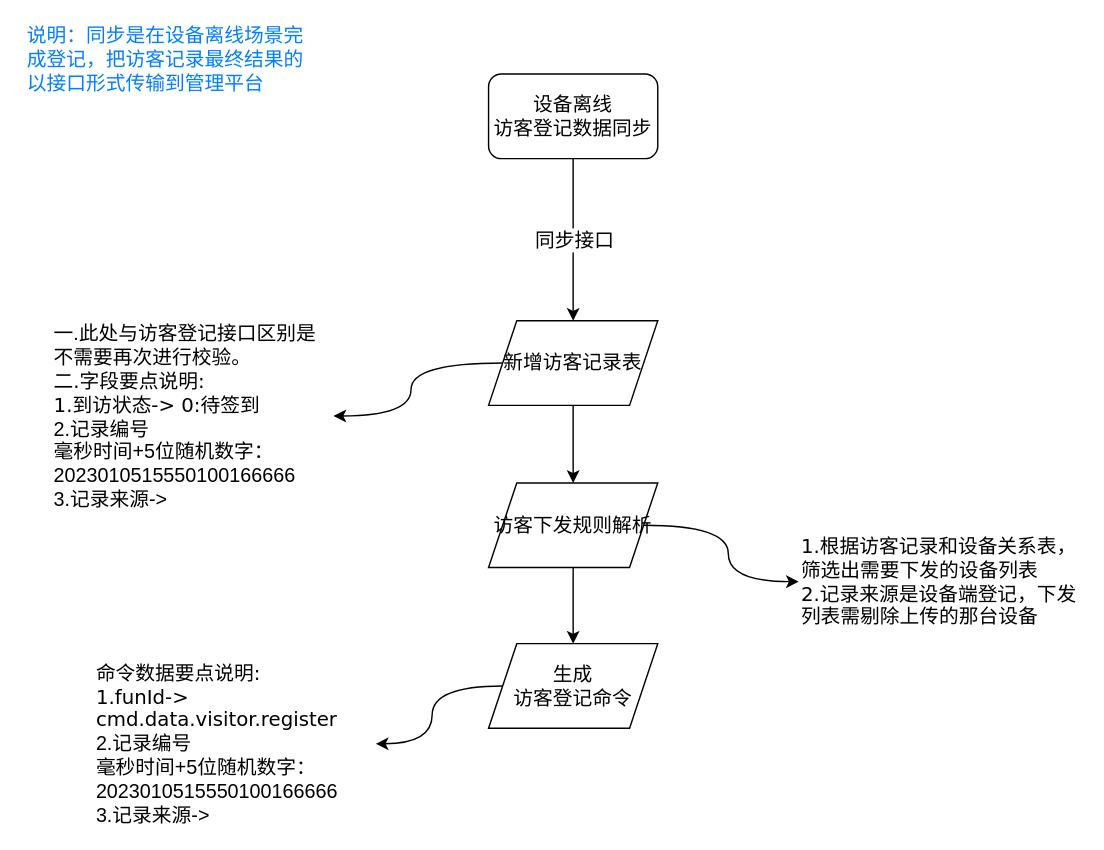
This is page "设备离线登记接口细化" (8 of 11) of 访客功能-线下平台和设备交互流程.drawio from chwnjianhui/draw.io, a draw.io file, before an edit. Source tidied: cells renumbered, new cells numbered last; positions are measured from the earlier drawing's top-left corner, leaving out a move shared by most shapes. Both pictures are drawn from the tidied source at 141%, with x=0, y=0 at pixel (24, 31).
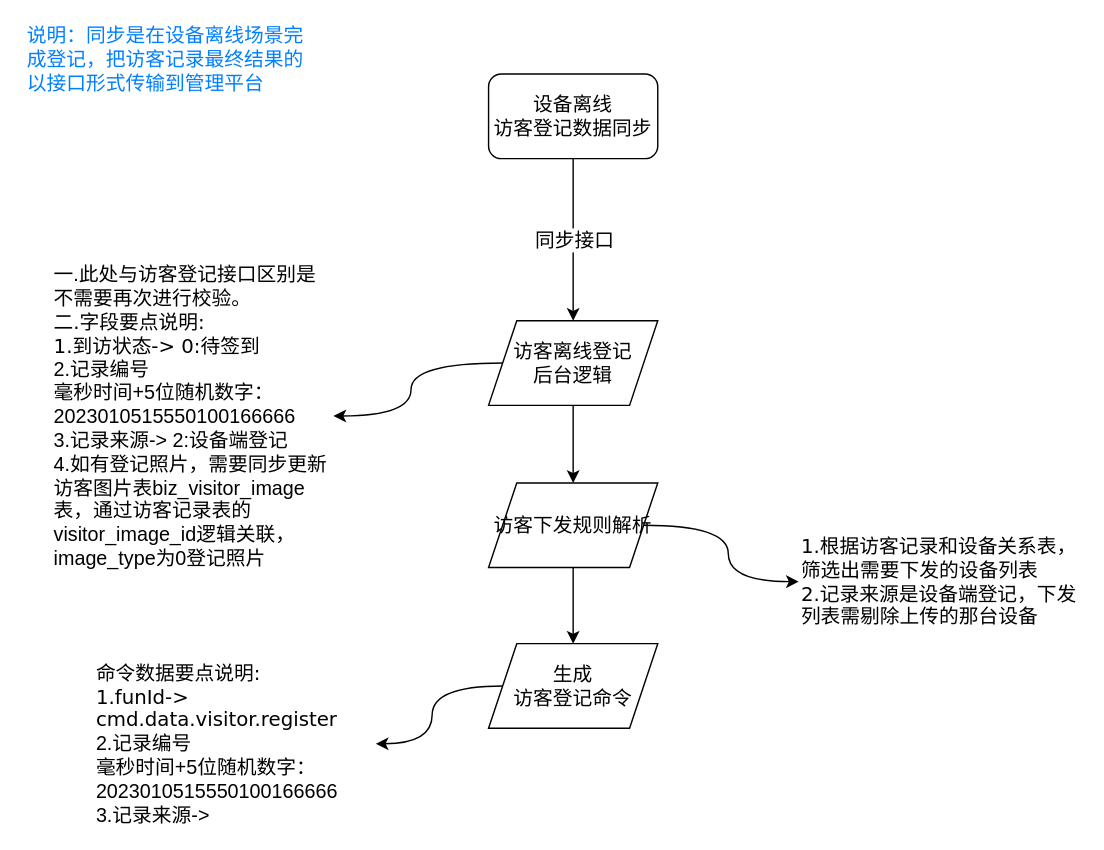
After the change.

The edit, as a diff of the source:
```diff
@@
 <mxGraphModel>
   <root>
     <mxCell id="0" />
     <mxCell id="1" parent="0" />
     <mxCell id="2" value="同步接口" style="edgeStyle=orthogonalEdgeStyle;rounded=0;jettySize=auto;html=1;fontSize=14;fontStyle=0;" parent="1" edge="1" source="3">
       <mxGeometry relative="1" as="geometry">
         <mxPoint x="389" y="205" as="targetPoint" />
       </mxGeometry>
     </mxCell>
     <mxCell id="3" value="设备离线&lt;br&gt;访客登记数据同步" style="rounded=1;whiteSpace=wrap;html=1;fontSize=14;fillColor=#FFFFFF;" parent="1" vertex="1">
       <mxGeometry x="329" y="30" width="120" height="60" as="geometry" />
     </mxCell>
     <mxCell id="4" value="&lt;span style=&quot;font-family: Verdana; font-size: 14px;&quot;&gt;说明：同步是在设备离线场景完成登记，把访客记录最终结果的以接口形式传输到管理平台&lt;br style=&quot;font-size: 14px;&quot;&gt;&lt;/span&gt;" style="text;html=1;strokeColor=none;fillColor=none;align=left;verticalAlign=middle;whiteSpace=wrap;rounded=0;fontSize=14;fontColor=#007FFF;" parent="1" vertex="1">
       <mxGeometry width="200" height="40" as="geometry" />
     </mxCell>
     <mxCell id="5" style="edgeStyle=orthogonalEdgeStyle;curved=1;rounded=0;jettySize=auto;html=1;exitX=0;exitY=0.5;exitDx=0;exitDy=0;fontSize=14;entryX=1;entryY=0.5;entryDx=0;entryDy=0;" parent="1" edge="1" source="7" target="8">
       <mxGeometry relative="1" as="geometry" />
     </mxCell>
     <mxCell id="6" style="edgeStyle=orthogonalEdgeStyle;curved=1;rounded=0;jettySize=auto;html=1;fontSize=14;" parent="1" edge="1" source="7" target="11">
       <mxGeometry relative="1" as="geometry" />
     </mxCell>
-    <mxCell id="7" value="新增访客记录表" style="shape=parallelogram;perimeter=parallelogramPerimeter;whiteSpace=wrap;html=1;fixedSize=1;fontSize=14;fillColor=#FFFFFF;" parent="1" vertex="1">
+    <mxCell id="7" value="访客离线登记&lt;br&gt;后台逻辑" style="shape=parallelogram;perimeter=parallelogramPerimeter;whiteSpace=wrap;html=1;fixedSize=1;fontSize=14;fillColor=#FFFFFF;" parent="1" vertex="1">
       <mxGeometry x="329" y="205" width="120" height="60" as="geometry" />
     </mxCell>
-    <mxCell id="8" value="&lt;span style=&quot;text-align: center;&quot;&gt;一.此处与访客登记接口区别是&lt;br&gt;不需要再次进行校验。&lt;/span&gt;&lt;font face=&quot;Verdana&quot;&gt;&lt;br&gt;二.字段要点说明:&lt;/font&gt;&lt;br&gt;&lt;font face=&quot;Verdana&quot;&gt;1.到访状态-&amp;gt; 0:待签到&lt;br&gt;&lt;/font&gt;2.记录编号&lt;br&gt;毫秒时间+5位随机数字：2023010515550100166666&lt;br&gt;3.记录来源-&amp;gt;" style="text;html=1;strokeColor=none;fillColor=none;align=left;verticalAlign=middle;whiteSpace=wrap;rounded=0;fontSize=14;" parent="1" vertex="1">
+    <mxCell id="8" value="&lt;span style=&quot;text-align: center;&quot;&gt;一.此处与访客登记接口区别是&lt;br&gt;不需要再次进行校验。&lt;/span&gt;&lt;font face=&quot;Verdana&quot;&gt;&lt;br&gt;二.字段要点说明:&lt;/font&gt;&lt;br&gt;&lt;font face=&quot;Verdana&quot;&gt;1.到访状态-&amp;gt; 0:待签到&lt;br&gt;&lt;/font&gt;2.记录编号&lt;br&gt;毫秒时间+5位随机数字：2023010515550100166666&lt;br&gt;3.记录来源-&amp;gt; 2:设备端登记&lt;br style=&quot;border-color: var(--border-color);&quot;&gt;4.如有登记照片，需要同步更新访客图片表biz_visitor_image表，通过访客记录表的visitor_image_id逻辑关联，image_type为0登记照片" style="text;html=1;strokeColor=none;fillColor=none;align=left;verticalAlign=middle;whiteSpace=wrap;rounded=0;fontSize=14;" parent="1" vertex="1">
       <mxGeometry x="19" y="215" width="200" height="115" as="geometry" />
     </mxCell>
     <mxCell id="9" style="edgeStyle=orthogonalEdgeStyle;curved=1;rounded=0;jettySize=auto;html=1;fontSize=14;" parent="1" edge="1" source="11" target="13">
       <mxGeometry relative="1" as="geometry" />
     </mxCell>
     <mxCell id="10" style="edgeStyle=orthogonalEdgeStyle;curved=1;rounded=0;jettySize=auto;html=1;exitX=1;exitY=0.5;exitDx=0;exitDy=0;entryX=0;entryY=0.5;entryDx=0;entryDy=0;fontSize=14;" parent="1" edge="1" source="11" target="15">
       <mxGeometry relative="1" as="geometry" />
     </mxCell>
     <mxCell id="11" value="访客下发规则解析" style="shape=parallelogram;perimeter=parallelogramPerimeter;whiteSpace=wrap;html=1;fixedSize=1;fontSize=14;fillColor=#FFFFFF;" parent="1" vertex="1">
       <mxGeometry x="329" y="320" width="120" height="60" as="geometry" />
     </mxCell>
     <mxCell id="12" style="edgeStyle=orthogonalEdgeStyle;curved=1;rounded=0;jettySize=auto;html=1;exitX=0;exitY=0.5;exitDx=0;exitDy=0;entryX=1;entryY=0.5;entryDx=0;entryDy=0;fontSize=14;" parent="1" edge="1" source="13" target="14">
       <mxGeometry relative="1" as="geometry" />
     </mxCell>
     <mxCell id="13" value="生成&lt;br&gt;访客登记命令" style="shape=parallelogram;perimeter=parallelogramPerimeter;whiteSpace=wrap;html=1;fixedSize=1;fontSize=14;fillColor=#FFFFFF;" parent="1" vertex="1">
       <mxGeometry x="329" y="434" width="120" height="60" as="geometry" />
     </mxCell>
     <mxCell id="14" value="&lt;font face=&quot;Verdana&quot;&gt;命令数据要点说明:&lt;/font&gt;&lt;br&gt;&lt;font face=&quot;Verdana&quot;&gt;1.funId-&amp;gt; cmd.data.visitor.register&lt;br&gt;&lt;/font&gt;2.记录编号&lt;br&gt;毫秒时间+5位随机数字：2023010515550100166666&lt;br&gt;3.记录来源-&amp;gt;" style="text;html=1;strokeColor=none;fillColor=none;align=left;verticalAlign=middle;whiteSpace=wrap;rounded=0;fontSize=14;" parent="1" vertex="1">
       <mxGeometry x="49" y="450" width="200" height="110" as="geometry" />
     </mxCell>
     <mxCell id="15" value="&lt;span style=&quot;font-family: Verdana; font-size: 14px;&quot;&gt;1.根据访客记录和设备关系表，筛选出需要下发的设备列表&lt;br&gt;2.记录来源是设备端登记，下发列表需剔除上传的那台设备&lt;br style=&quot;font-size: 14px;&quot;&gt;&lt;/span&gt;" style="text;html=1;strokeColor=none;fillColor=none;align=left;verticalAlign=middle;whiteSpace=wrap;rounded=0;fontSize=14;" parent="1" vertex="1">
       <mxGeometry x="549" y="370" width="200" height="40" as="geometry" />
     </mxCell>
   </root>
 </mxGraphModel>
```
